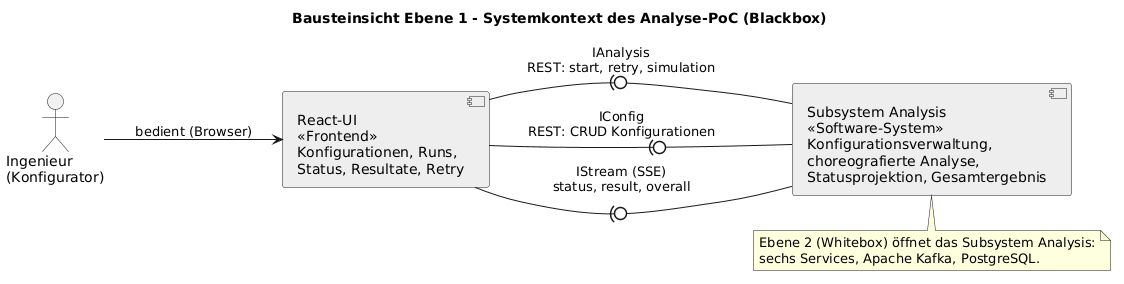
nihadio/wirschiffendas keeps this PlantUML diagram as docs/img/bausteinsicht-ebene1.png. Above is the earlier version.
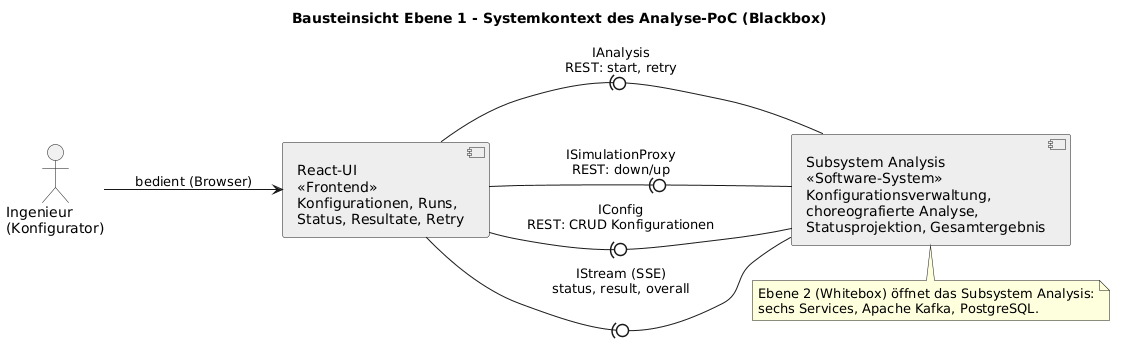
Later version of the same file.

The edit, as a diff of the source:
```diff
@@ -13,7 +13,8 @@
 
 Ing --> UI : bedient (Browser)
 
-UI -(0- SYS : IAnalysis\nREST: start, retry, simulation
+UI -(0- SYS : IAnalysis\nREST: start, retry
+UI -(0- SYS : ISimulationProxy\nREST: down/up
 UI -(0- SYS : IConfig\nREST: CRUD Konfigurationen
 UI -(0- SYS : IStream (SSE)\nstatus, result, overall
 
```
